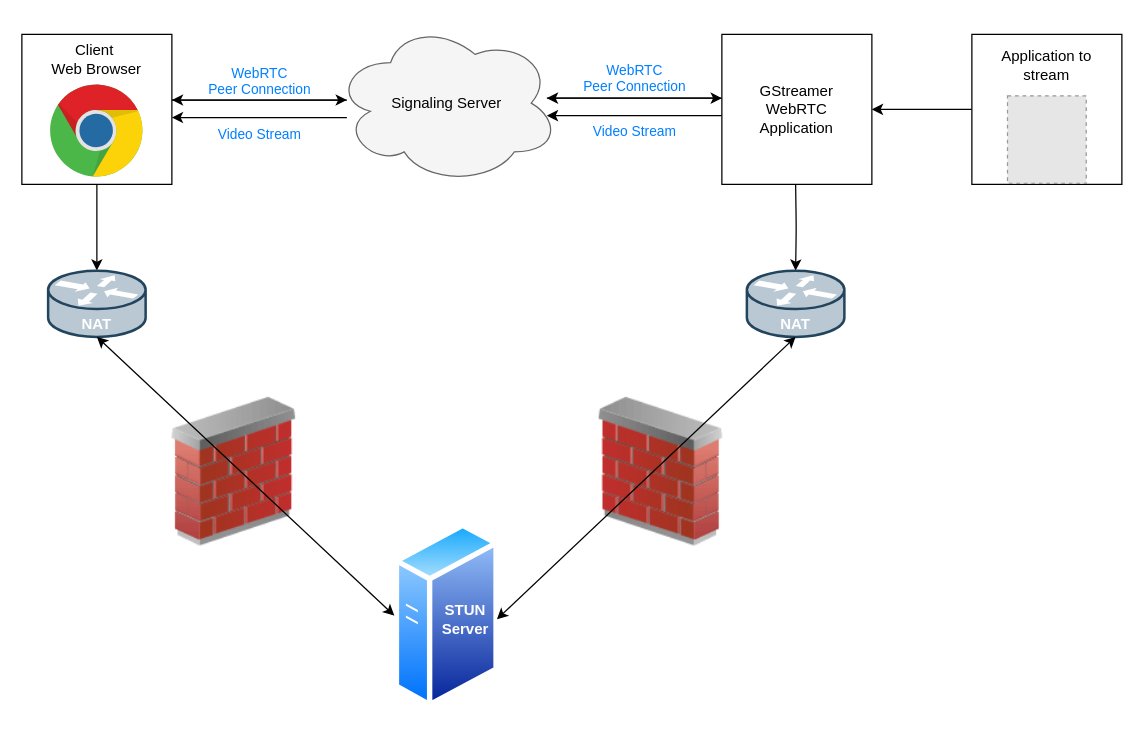
The draw.io diagram page "System Architecture" (3 of 10) of docs/img/Architecture.drawio in Truvam/web-3d, before the edit. Source tidied: cells renumbered, new cells numbered last; positions are measured from the earlier drawing's top-left corner, leaving out a move shared by most shapes. Both pictures are drawn from the tidied source at 125%, with x=0, y=0 at pixel (21, 21). Pictures stored in the file or linked from it are replaced by grey dashed boxes.
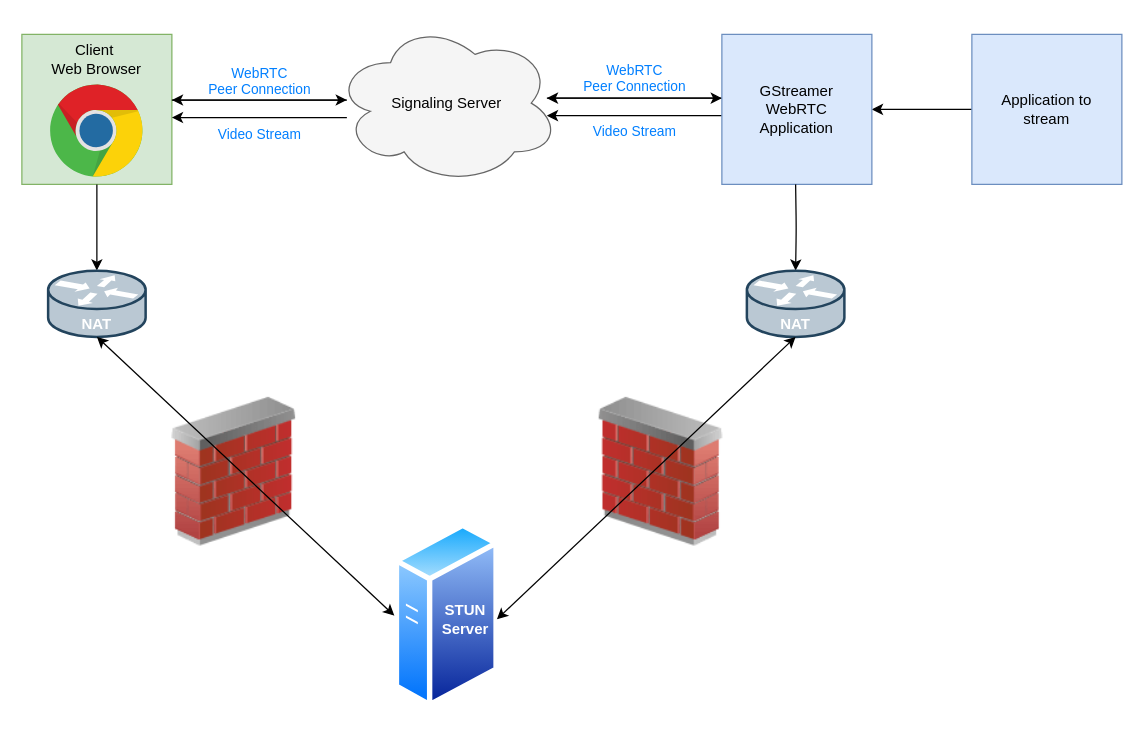
After the change.

The change refers to these unchanged cells:
```xml
<mxCell id="5" style="group;" parent="1" vertex="1">
  <mxGeometry y="10" width="120" height="120" as="geometry" />
</mxCell>
<mxCell id="13" style="group;" parent="1" vertex="1">
  <mxGeometry x="560" y="10" width="120" height="120" as="geometry" />
</mxCell>
<mxCell id="16" style="group;" parent="1" vertex="1">
  <mxGeometry x="760" y="10" width="120" height="120" as="geometry" />
</mxCell>
```

Change to the diagram source:
```diff
@@
-    <mxCell id="6" style="whiteSpace=wrap;html=1;" parent="5" vertex="1">
+    <mxCell id="6" style="whiteSpace=wrap;html=1;fillColor=#d5e8d4;strokeColor=#82b366;" parent="5" vertex="1">
       <mxGeometry width="120" height="120" as="geometry" />
     </mxCell>
@@
-    <mxCell id="14" style="whiteSpace=wrap;html=1;" parent="13" vertex="1">
+    <mxCell id="14" style="whiteSpace=wrap;html=1;fillColor=#dae8fc;strokeColor=#6c8ebf;" parent="13" vertex="1">
       <mxGeometry width="120" height="120" as="geometry" />
     </mxCell>
@@
-    <mxCell id="17" style="whiteSpace=wrap;html=1;" parent="16" vertex="1">
+    <mxCell id="17" style="whiteSpace=wrap;html=1;fillColor=#dae8fc;strokeColor=#6c8ebf;" parent="16" vertex="1">
       <mxGeometry width="120" height="120" as="geometry" />
     </mxCell>
     <mxCell id="18" value="Application to stream" style="text;html=1;strokeColor=none;fillColor=none;align=center;verticalAlign=middle;whiteSpace=wrap;" parent="16" vertex="1">
-      <mxGeometry x="10" y="10" width="100" height="30" as="geometry" />
+      <mxGeometry x="10" y="10" width="100" height="100" as="geometry" />
     </mxCell>
-    <mxCell id="19" style="fillColor=#E6E6E6;strokeColor=#999999;dashed=1;verticalLabelPosition=bottom;labelBackgroundColor=#ffffff;verticalAlign=top;" parent="16" vertex="1">
-      <mxGeometry x="28.5" y="49.2" width="63" height="70" as="geometry" />
-    </mxCell>
```
